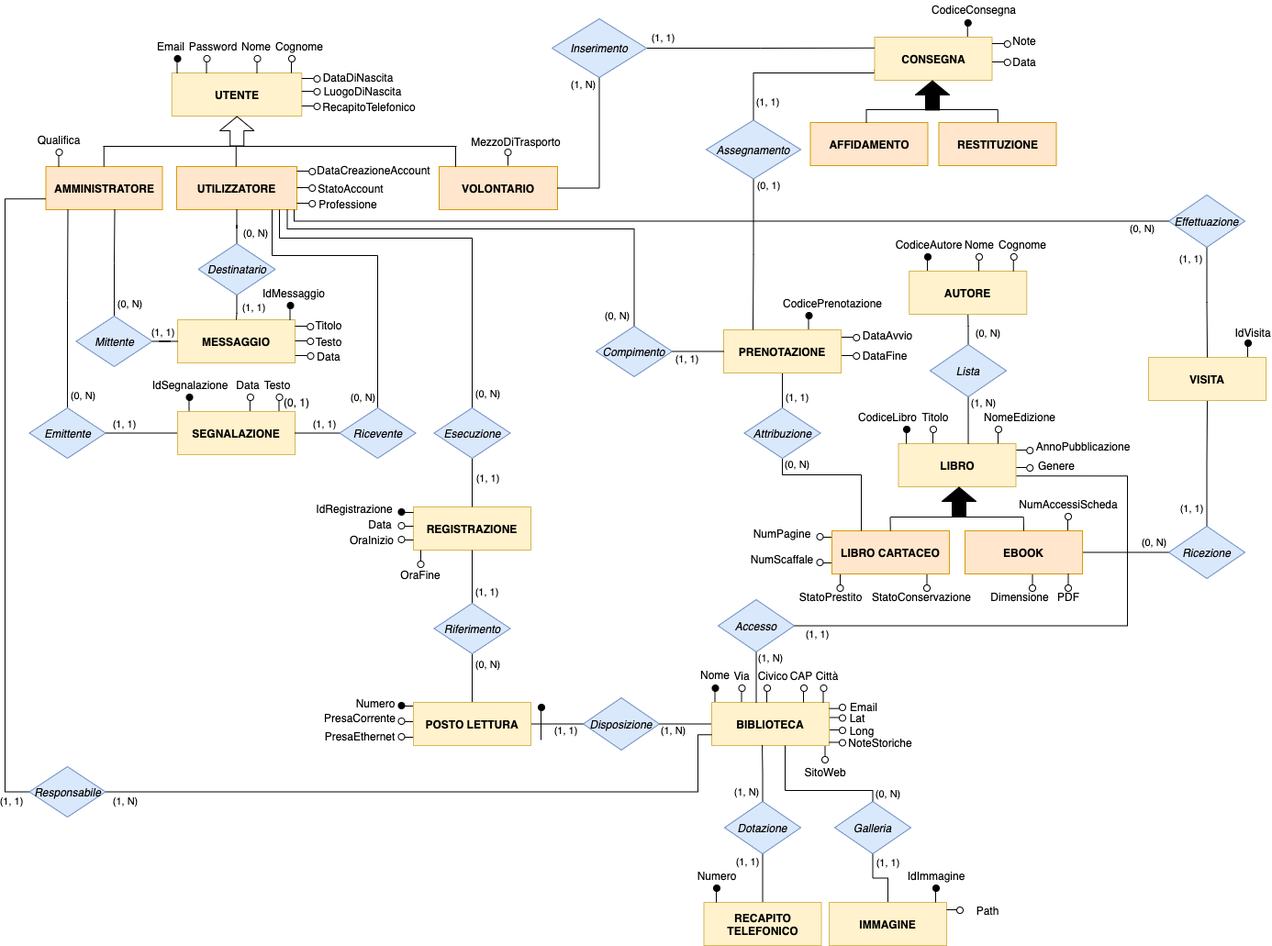
Above: Progettazione/ModelloER/DiagrammaDrawio.png in alessioarcara/Progetto_Basi_Dati (draw.io), before the change. Source tidied: cells renumbered, new cells last; positions are measured from the earlier drawing's top-left corner, leaving out a move shared by most shapes.
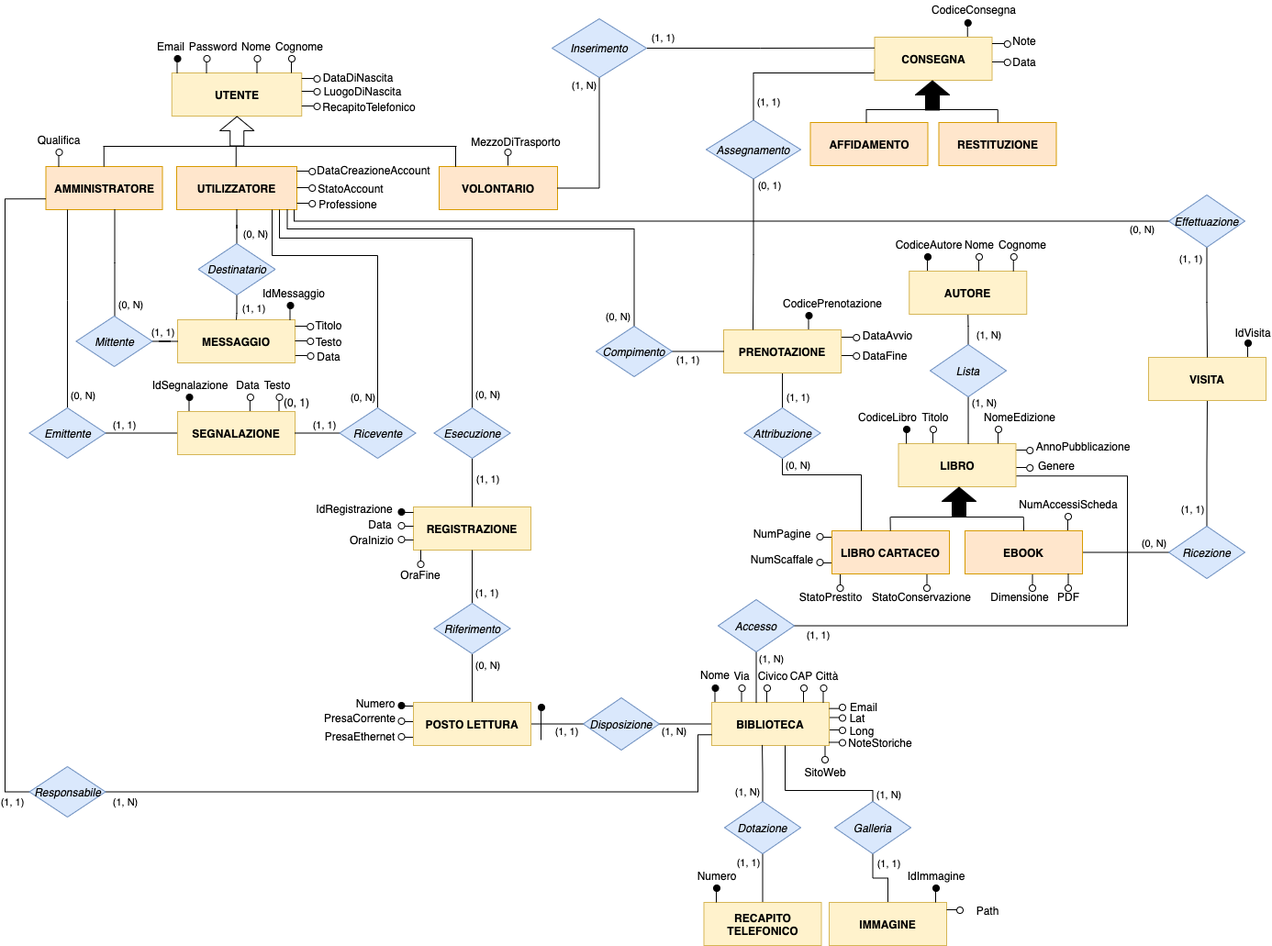
The same diagram one commit later.

Commit message:
Modifica diagramma ER

Change to the diagram source:
```diff
@@ -737,7 +737,7 @@
         </Array>
       </mxGeometry>
     </mxCell>
-    <mxCell id="178" value="(0, N)" style="edgeLabel;html=1;align=center;verticalAlign=middle;" parent="177" vertex="1">
+    <mxCell id="178" value="(1, N)" style="edgeLabel;html=1;align=center;verticalAlign=middle;" parent="177" vertex="1">
       <mxGeometry x="-0.57" y="-1" relative="1" as="geometry">
         <mxPoint x="38.5" y="5" as="offset" />
       </mxGeometry>
@@ -952,7 +952,7 @@
     <mxCell id="230" style="edgeStyle=orthogonalEdgeStyle;rounded=0;jettySize=auto;html=1;entryX=0.5;entryY=1;entryDx=0;entryDy=0;endArrow=none;endFill=0;fillColor=#000000;" parent="1" edge="1" source="232" target="233">
       <mxGeometry relative="1" as="geometry" />
     </mxCell>
-    <mxCell id="231" value="(0, N)" style="edgeLabel;html=1;align=center;verticalAlign=middle;" parent="230" vertex="1">
+    <mxCell id="231" value="(1, N)" style="edgeLabel;html=1;align=center;verticalAlign=middle;" parent="230" vertex="1">
       <mxGeometry x="-0.56" y="-1" relative="1" as="geometry">
         <mxPoint x="20.7" y="-5.2" as="offset" />
       </mxGeometry>
```
